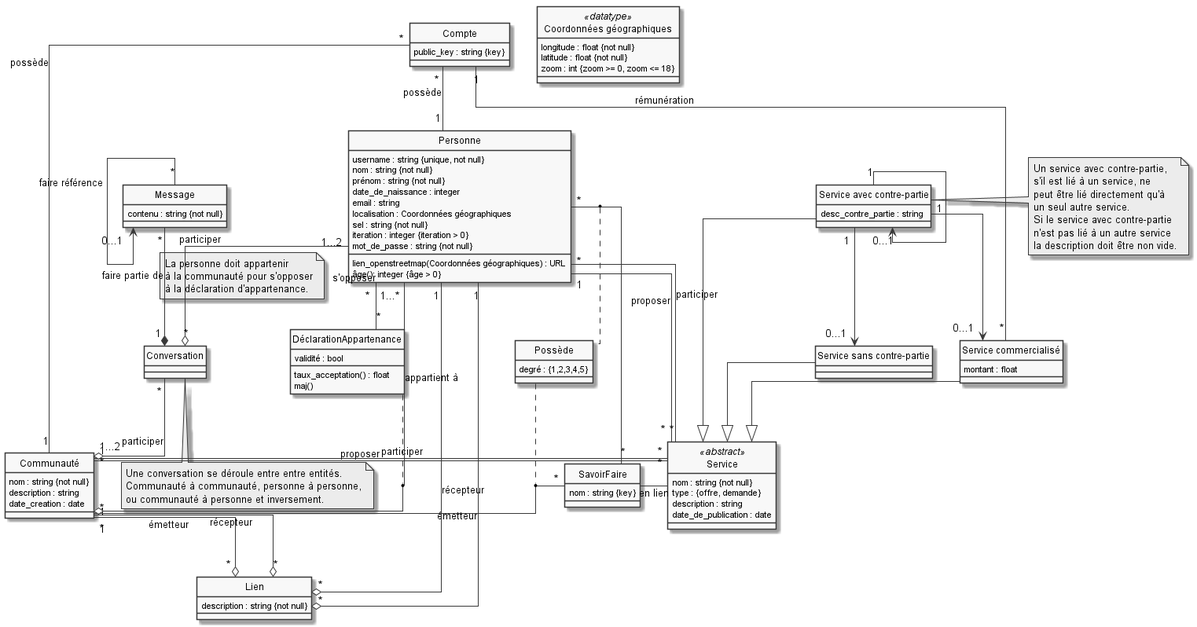
The PlantUML diagram Rendu image MCD/modele.png in quachpas/projet-na17-groupe-3-p20, before a commit.
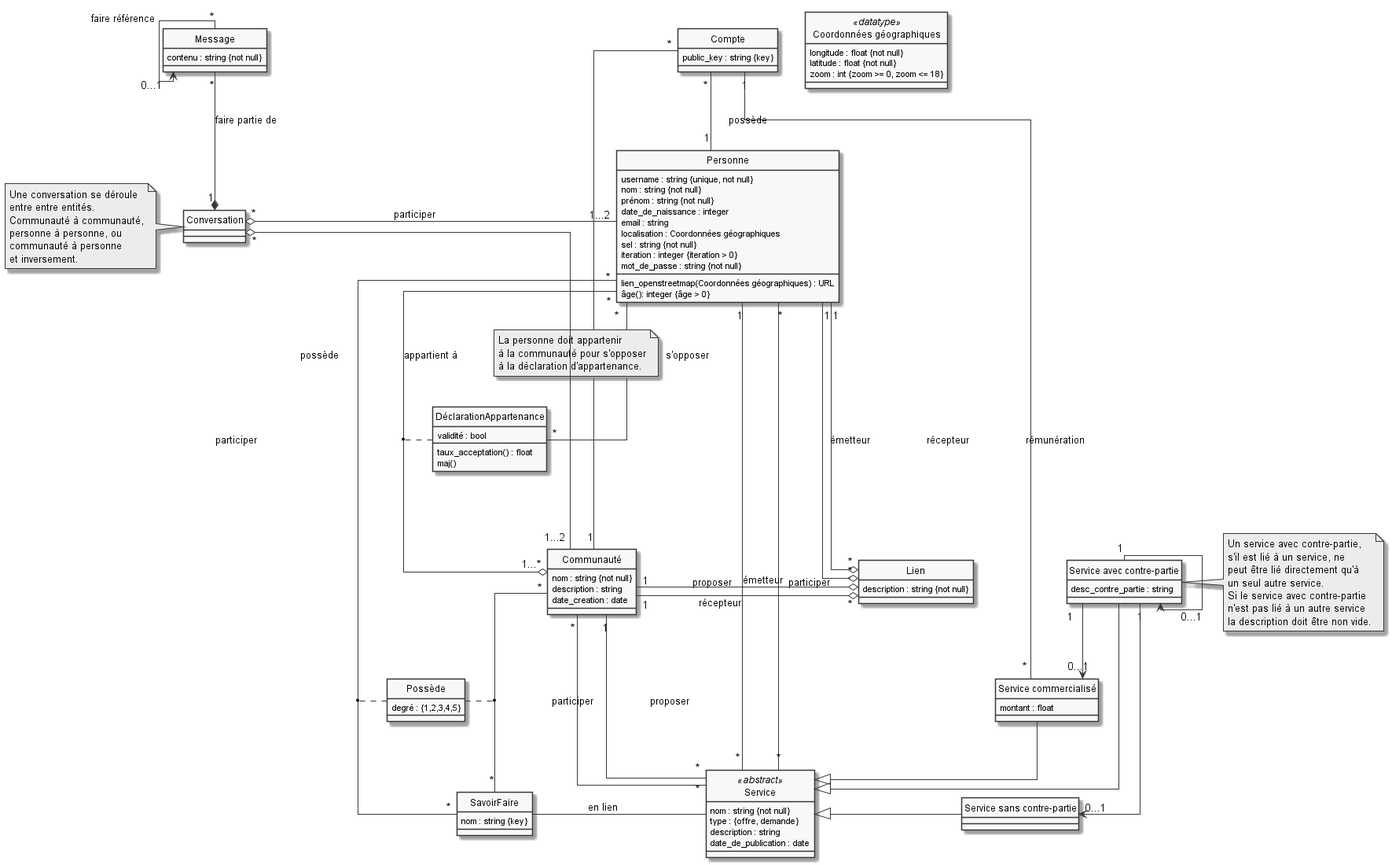
Later version of the same file.

Commit message:
Better UML

The edit, as a diff of the source:
```diff
@@ -68,8 +68,8 @@
 "Compte" "*" -- "1" "Communauté" : possède
 "Compte" "*" -- "1" "Personne" : possède
 
-"Communauté" "*" - "*" "SavoirFaire"
-"Personne" "*" - "*" "SavoirFaire"
+"Communauté" "*" -- "*" "SavoirFaire"
+"Personne" "*" -- "*" "SavoirFaire"
 "SavoirFaire" - "Service" : en lien
 
 "Personne" "*" -- "*" "DéclarationAppartenance" : s'opposer
@@ -79,11 +79,11 @@
 à la déclaration d'appartenance.
 endnote
 
-"Personne" "1" - "*" "Service" : proposer
-"Communauté" "1" - "*" "Service" : proposer
+"Personne" "1" -- "*" "Service" : proposer
+"Communauté" "1" -- "*" "Service" : proposer
 
-"Personne" "*" - "*" "Service" : participer
-"Communauté" "*" - "*" "Service" : participer
+"Personne" "*" -- "*" "Service" : participer
+"Communauté" "*" -- "*" "Service" : participer
 
 "Service avec contre-partie" "1" -> "   0...1" "Service avec contre-partie"
 "Service avec contre-partie" "1" -> "0...1" "Service sans contre-partie"
@@ -101,28 +101,31 @@
 "Message" "*" --> "0...1" "Message" : faire référence
 "Service commercialisé" --|> "Service"
 "Service avec contre-partie" --|> "Service"
-"Service sans contre-partie" --|> "Service"
+"Service" <|- "Service sans contre-partie"
 
 "Message" "*" --* "1" "Conversation" : faire partie de
 
-"Personne" "1...*" -o "*" "Communauté" : appartient à
-"Communauté" "1" --o "*" "Lien" : émetteur
-"Communauté" "1" --o "*" "Lien" : récepteur
+"Personne" "*" --o "1...*" "Communauté" : appartient à
+"Communauté" "1" -o "*" "Lien" : émetteur
+"Communauté" "1" -o "*" "Lien" : récepteur
 
 "Personne" "1" -o "*" "Lien" : émetteur
 "Personne" "1" -o "*" "Lien" : récepteur
 
-"Conversation" "*" --o "1...2" "Communauté" : participer
-"Personne" "1...2" --o "*" "Conversation" : participer
-note bottom of "Conversation"
-Une conversation se déroule entre entre entités.
-Communauté à communauté, personne à personne,
-ou communauté à personne et inversement.
+"Conversation" "*" o-- "1...2" "Communauté" : participer
+"Conversation" "*" o- "1...2" "Personne" : participer
+note left of "Conversation"
+Une conversation se déroule
+entre entre entités.
+Communauté à communauté,
+personne à personne, ou
+communauté à personne
+et inversement.
 endnote
 
 Possède . (SavoirFaire, Communauté)
 (SavoirFaire, Personne) . Possède
 
-DéclarationAppartenance .. (Personne, Communauté)
+DéclarationAppartenance .. (Communauté, Personne)
 
 @enduml
```
